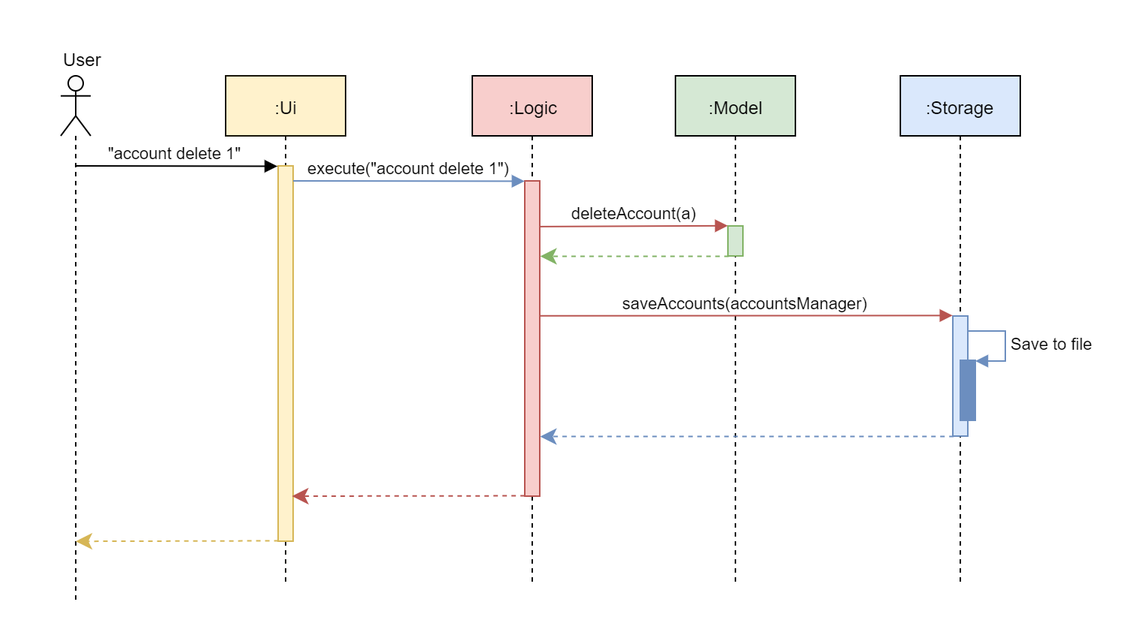
Above: docs/images/ArchitectureSequenceDiagram.png in nus-cs2103-AY1920S1/addressbook-level3 (draw.io), before the change. Source tidied: cells renumbered, new cells last; positions are measured from the earlier drawing's top-left corner, leaving out a move shared by most shapes. The source it was exported from:
```xml
<mxGraphModel>
  <root>
    <mxCell id="0" />
    <mxCell id="1" parent="0" />
    <mxCell id="2" style="rounded=0;whiteSpace=wrap;html=1;strokeColor=none;" parent="1" vertex="1">
      <mxGeometry width="750" height="420" as="geometry" />
    </mxCell>
    <mxCell id="3" style="shape=umlLifeline;participant=umlActor;perimeter=lifelinePerimeter;whiteSpace=wrap;html=1;verticalAlign=top;spacingTop=36;labelBackgroundColor=#ffffff;outlineConnect=0;fillColor=#FAFAFA;" parent="1" vertex="1">
      <mxGeometry x="40" y="50" width="20" height="350" as="geometry" />
    </mxCell>
    <mxCell id="4" value="User" style="text;html=1;align=left;verticalAlign=top;spacingTop=-4;" parent="1" vertex="1">
      <mxGeometry x="40" y="30" width="40" height="20" as="geometry" />
    </mxCell>
    <mxCell id="5" value=":Ui" style="shape=umlLifeline;perimeter=lifelinePerimeter;whiteSpace=wrap;html=1;fillColor=#fff2cc;strokeColor=#171409;" parent="1" vertex="1">
      <mxGeometry x="150" y="50" width="80" height="340" as="geometry" />
    </mxCell>
    <mxCell id="6" style="html=1;points=[];perimeter=orthogonalPerimeter;strokeColor=#d6b656;fillColor=#fff2cc;" parent="5" vertex="1">
      <mxGeometry x="35" y="60" width="10" height="250" as="geometry" />
    </mxCell>
    <mxCell id="7" value=":Logic" style="shape=umlLifeline;perimeter=lifelinePerimeter;whiteSpace=wrap;html=1;fillColor=#f8cecc;strokeColor=#010203;" parent="1" vertex="1">
      <mxGeometry x="314.5" y="50" width="80" height="340" as="geometry" />
    </mxCell>
    <mxCell id="8" style="html=1;points=[];perimeter=orthogonalPerimeter;strokeColor=#b85450;fillColor=#f8cecc;" parent="7" vertex="1">
      <mxGeometry x="35" y="70" width="10" height="210" as="geometry" />
    </mxCell>
    <mxCell id="9" style="html=1;verticalAlign=bottom;endArrow=classic;dashed=1;endSize=8;exitX=0.058;exitY=1.014;exitDx=0;exitDy=0;exitPerimeter=0;entryX=0.923;entryY=0.88;entryDx=0;entryDy=0;entryPerimeter=0;endFill=1;fillColor=#f8cecc;strokeColor=#b85450;" parent="7" edge="1" target="6">
      <mxGeometry relative="1" as="geometry">
        <mxPoint x="35.1" y="279.8" as="sourcePoint" />
      </mxGeometry>
    </mxCell>
    <mxCell id="10" value=":Model" style="shape=umlLifeline;perimeter=lifelinePerimeter;whiteSpace=wrap;html=1;fillColor=#d5e8d4;strokeColor=#010203;" parent="1" vertex="1">
      <mxGeometry x="450" y="50" width="80" height="340" as="geometry" />
    </mxCell>
    <mxCell id="11" style="html=1;points=[];perimeter=orthogonalPerimeter;strokeColor=#82b366;fillColor=#d5e8d4;" parent="10" vertex="1">
      <mxGeometry x="35" y="100" width="10" height="20" as="geometry" />
    </mxCell>
    <mxCell id="12" value=":Storage" style="shape=umlLifeline;perimeter=lifelinePerimeter;whiteSpace=wrap;html=1;fillColor=#dae8fc;strokeColor=#010203;" parent="1" vertex="1">
      <mxGeometry x="600" y="50" width="80" height="340" as="geometry" />
    </mxCell>
    <mxCell id="13" style="html=1;points=[];perimeter=orthogonalPerimeter;strokeColor=#6c8ebf;fillColor=#dae8fc;" parent="12" vertex="1">
      <mxGeometry x="35" y="160" width="10" height="80" as="geometry" />
    </mxCell>
    <mxCell id="14" value="&quot;account delete 1&quot;" style="html=1;verticalAlign=bottom;endArrow=block;entryX=-0.049;entryY=0.001;entryDx=0;entryDy=0;entryPerimeter=0;" parent="1" edge="1" target="6">
      <mxGeometry relative="1" as="geometry">
        <mxPoint x="50" y="110" as="sourcePoint" />
      </mxGeometry>
    </mxCell>
    <mxCell id="15" value="execute(&quot;account delete 1&quot;)" style="html=1;verticalAlign=bottom;endArrow=block;entryX=-0.01;entryY=0.001;entryDx=0;entryDy=0;entryPerimeter=0;fillColor=#dae8fc;strokeColor=#6c8ebf;" parent="1" edge="1" target="8">
      <mxGeometry relative="1" as="geometry">
        <mxPoint x="195" y="120" as="sourcePoint" />
      </mxGeometry>
    </mxCell>
    <mxCell id="16" value="deleteAccount(a)" style="html=1;verticalAlign=bottom;endArrow=block;exitX=0.964;exitY=0.145;exitDx=0;exitDy=0;exitPerimeter=0;entryX=-0.006;entryY=-0.006;entryDx=0;entryDy=0;entryPerimeter=0;fillColor=#f8cecc;strokeColor=#b85450;" parent="1" edge="1" source="8" target="11">
      <mxGeometry relative="1" as="geometry" />
    </mxCell>
    <mxCell id="17" style="html=1;verticalAlign=bottom;endArrow=classic;dashed=1;endSize=8;exitX=0.058;exitY=1.014;exitDx=0;exitDy=0;exitPerimeter=0;entryX=1.031;entryY=0.239;entryDx=0;entryDy=0;entryPerimeter=0;endFill=1;fillColor=#d5e8d4;strokeColor=#82b366;" parent="1" edge="1" source="11" target="8">
      <mxGeometry relative="1" as="geometry" />
    </mxCell>
    <mxCell id="18" value="saveAccounts(accountsManager)" style="html=1;verticalAlign=bottom;endArrow=block;exitX=1.05;exitY=0.428;exitDx=0;exitDy=0;exitPerimeter=0;entryX=-0.018;entryY=-0.004;entryDx=0;entryDy=0;entryPerimeter=0;fillColor=#f8cecc;strokeColor=#b85450;" parent="1" edge="1" source="8" target="13">
      <mxGeometry relative="1" as="geometry" />
    </mxCell>
    <mxCell id="19" style="html=1;verticalAlign=bottom;endArrow=classic;dashed=1;endSize=8;exitX=0.058;exitY=1.014;exitDx=0;exitDy=0;exitPerimeter=0;entryX=1.022;entryY=0.811;entryDx=0;entryDy=0;entryPerimeter=0;endFill=1;fillColor=#dae8fc;strokeColor=#6c8ebf;" parent="1" edge="1" target="8">
      <mxGeometry relative="1" as="geometry">
        <mxPoint x="635.6" y="290.3" as="sourcePoint" />
      </mxGeometry>
    </mxCell>
    <mxCell id="20" style="html=1;verticalAlign=bottom;endArrow=classic;dashed=1;endSize=8;exitX=0.03;exitY=0.999;exitDx=0;exitDy=0;exitPerimeter=0;endFill=1;entryX=0.5;entryY=0.886;entryDx=0;entryDy=0;entryPerimeter=0;fillColor=#fff2cc;strokeColor=#d6b656;" parent="1" edge="1" source="6" target="3">
      <mxGeometry relative="1" as="geometry" />
    </mxCell>
    <mxCell id="21" style="html=1;points=[];perimeter=orthogonalPerimeter;strokeColor=#6c8ebf;fillColor=#6C8EBF;" parent="1" vertex="1">
      <mxGeometry x="640" y="239.5" width="10" height="40" as="geometry" />
    </mxCell>
    <mxCell id="22" value="Save to file" style="edgeStyle=orthogonalEdgeStyle;html=1;align=left;spacingLeft=2;endArrow=block;rounded=0;entryX=1;entryY=0;fillColor=#dae8fc;strokeColor=#6c8ebf;" parent="1" edge="1" target="21">
      <mxGeometry relative="1" as="geometry">
        <mxPoint x="645" y="219.5" as="sourcePoint" />
        <Array as="points">
          <mxPoint x="670" y="219.5" />
        </Array>
      </mxGeometry>
    </mxCell>
  </root>
</mxGraphModel>
```
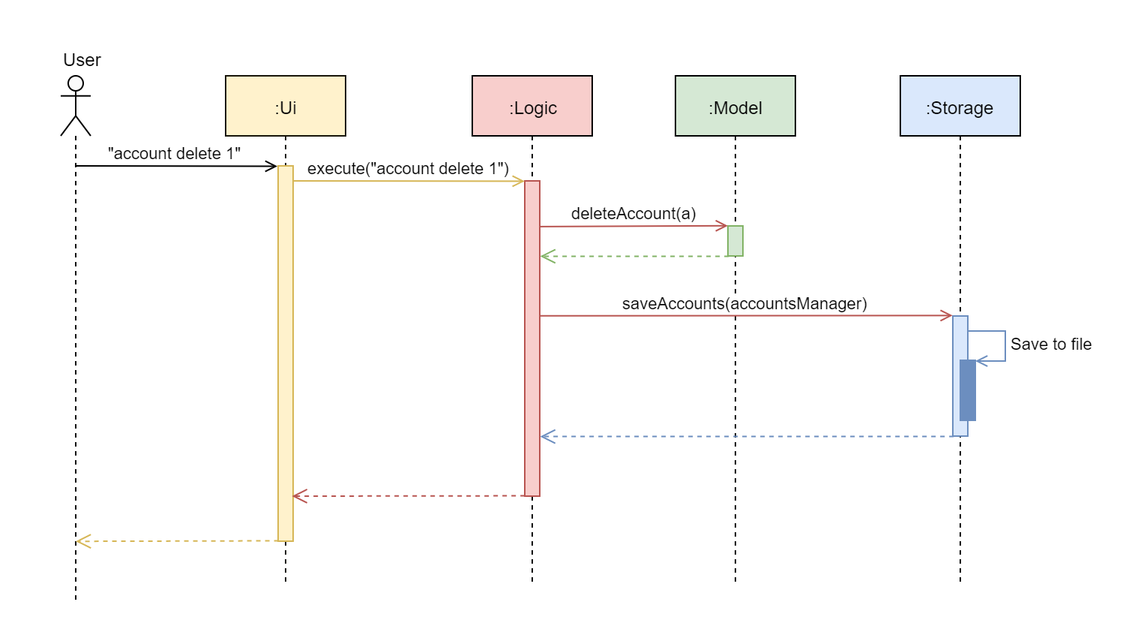
The same file after the commit.

The edit, as a diff of the source:
```diff
@@ -23,7 +23,7 @@
     <mxCell id="8" style="html=1;points=[];perimeter=orthogonalPerimeter;strokeColor=#b85450;fillColor=#f8cecc;" parent="7" vertex="1">
       <mxGeometry x="35" y="70" width="10" height="210" as="geometry" />
     </mxCell>
-    <mxCell id="9" style="html=1;verticalAlign=bottom;endArrow=classic;dashed=1;endSize=8;exitX=0.058;exitY=1.014;exitDx=0;exitDy=0;exitPerimeter=0;entryX=0.923;entryY=0.88;entryDx=0;entryDy=0;entryPerimeter=0;endFill=1;fillColor=#f8cecc;strokeColor=#b85450;" parent="7" edge="1" target="6">
+    <mxCell id="9" style="html=1;verticalAlign=bottom;endArrow=open;dashed=1;endSize=8;exitX=0.058;exitY=1.014;exitDx=0;exitDy=0;exitPerimeter=0;entryX=0.923;entryY=0.88;entryDx=0;entryDy=0;entryPerimeter=0;endFill=0;fillColor=#f8cecc;strokeColor=#b85450;" parent="7" edge="1" target="6">
       <mxGeometry relative="1" as="geometry">
         <mxPoint x="35.1" y="279.8" as="sourcePoint" />
       </mxGeometry>
@@ -40,37 +40,37 @@
     <mxCell id="13" style="html=1;points=[];perimeter=orthogonalPerimeter;strokeColor=#6c8ebf;fillColor=#dae8fc;" parent="12" vertex="1">
       <mxGeometry x="35" y="160" width="10" height="80" as="geometry" />
     </mxCell>
-    <mxCell id="14" value="&quot;account delete 1&quot;" style="html=1;verticalAlign=bottom;endArrow=block;entryX=-0.049;entryY=0.001;entryDx=0;entryDy=0;entryPerimeter=0;" parent="1" edge="1" target="6">
+    <mxCell id="14" value="&quot;account delete 1&quot;" style="html=1;verticalAlign=bottom;endArrow=open;entryX=-0.049;entryY=0.001;entryDx=0;entryDy=0;entryPerimeter=0;endFill=0;" parent="1" edge="1" target="6">
       <mxGeometry relative="1" as="geometry">
         <mxPoint x="50" y="110" as="sourcePoint" />
       </mxGeometry>
     </mxCell>
-    <mxCell id="15" value="execute(&quot;account delete 1&quot;)" style="html=1;verticalAlign=bottom;endArrow=block;entryX=-0.01;entryY=0.001;entryDx=0;entryDy=0;entryPerimeter=0;fillColor=#dae8fc;strokeColor=#6c8ebf;" parent="1" edge="1" target="8">
+    <mxCell id="15" value="execute(&quot;account delete 1&quot;)" style="html=1;verticalAlign=bottom;endArrow=open;entryX=-0.01;entryY=0.001;entryDx=0;entryDy=0;entryPerimeter=0;fillColor=#fff2cc;strokeColor=#d6b656;endFill=0;" parent="1" edge="1" target="8">
       <mxGeometry relative="1" as="geometry">
         <mxPoint x="195" y="120" as="sourcePoint" />
       </mxGeometry>
     </mxCell>
-    <mxCell id="16" value="deleteAccount(a)" style="html=1;verticalAlign=bottom;endArrow=block;exitX=0.964;exitY=0.145;exitDx=0;exitDy=0;exitPerimeter=0;entryX=-0.006;entryY=-0.006;entryDx=0;entryDy=0;entryPerimeter=0;fillColor=#f8cecc;strokeColor=#b85450;" parent="1" edge="1" source="8" target="11">
+    <mxCell id="16" value="deleteAccount(a)" style="html=1;verticalAlign=bottom;endArrow=open;exitX=0.964;exitY=0.145;exitDx=0;exitDy=0;exitPerimeter=0;entryX=-0.006;entryY=-0.006;entryDx=0;entryDy=0;entryPerimeter=0;fillColor=#f8cecc;strokeColor=#b85450;endFill=0;" parent="1" edge="1" source="8" target="11">
       <mxGeometry relative="1" as="geometry" />
     </mxCell>
-    <mxCell id="17" style="html=1;verticalAlign=bottom;endArrow=classic;dashed=1;endSize=8;exitX=0.058;exitY=1.014;exitDx=0;exitDy=0;exitPerimeter=0;entryX=1.031;entryY=0.239;entryDx=0;entryDy=0;entryPerimeter=0;endFill=1;fillColor=#d5e8d4;strokeColor=#82b366;" parent="1" edge="1" source="11" target="8">
+    <mxCell id="17" style="html=1;verticalAlign=bottom;endArrow=open;dashed=1;endSize=8;exitX=0.058;exitY=1.014;exitDx=0;exitDy=0;exitPerimeter=0;entryX=1.031;entryY=0.239;entryDx=0;entryDy=0;entryPerimeter=0;endFill=0;fillColor=#d5e8d4;strokeColor=#82b366;" parent="1" edge="1" source="11" target="8">
       <mxGeometry relative="1" as="geometry" />
     </mxCell>
-    <mxCell id="18" value="saveAccounts(accountsManager)" style="html=1;verticalAlign=bottom;endArrow=block;exitX=1.05;exitY=0.428;exitDx=0;exitDy=0;exitPerimeter=0;entryX=-0.018;entryY=-0.004;entryDx=0;entryDy=0;entryPerimeter=0;fillColor=#f8cecc;strokeColor=#b85450;" parent="1" edge="1" source="8" target="13">
+    <mxCell id="18" value="saveAccounts(accountsManager)" style="html=1;verticalAlign=bottom;endArrow=open;exitX=1.05;exitY=0.428;exitDx=0;exitDy=0;exitPerimeter=0;entryX=-0.018;entryY=-0.004;entryDx=0;entryDy=0;entryPerimeter=0;fillColor=#f8cecc;strokeColor=#b85450;endFill=0;" parent="1" edge="1" source="8" target="13">
       <mxGeometry relative="1" as="geometry" />
     </mxCell>
-    <mxCell id="19" style="html=1;verticalAlign=bottom;endArrow=classic;dashed=1;endSize=8;exitX=0.058;exitY=1.014;exitDx=0;exitDy=0;exitPerimeter=0;entryX=1.022;entryY=0.811;entryDx=0;entryDy=0;entryPerimeter=0;endFill=1;fillColor=#dae8fc;strokeColor=#6c8ebf;" parent="1" edge="1" target="8">
+    <mxCell id="19" style="html=1;verticalAlign=bottom;endArrow=open;dashed=1;endSize=8;exitX=0.058;exitY=1.014;exitDx=0;exitDy=0;exitPerimeter=0;entryX=1.022;entryY=0.811;entryDx=0;entryDy=0;entryPerimeter=0;endFill=0;fillColor=#dae8fc;strokeColor=#6c8ebf;" parent="1" edge="1" target="8">
       <mxGeometry relative="1" as="geometry">
         <mxPoint x="635.6" y="290.3" as="sourcePoint" />
       </mxGeometry>
     </mxCell>
-    <mxCell id="20" style="html=1;verticalAlign=bottom;endArrow=classic;dashed=1;endSize=8;exitX=0.03;exitY=0.999;exitDx=0;exitDy=0;exitPerimeter=0;endFill=1;entryX=0.5;entryY=0.886;entryDx=0;entryDy=0;entryPerimeter=0;fillColor=#fff2cc;strokeColor=#d6b656;" parent="1" edge="1" source="6" target="3">
+    <mxCell id="20" style="html=1;verticalAlign=bottom;endArrow=open;dashed=1;endSize=8;exitX=0.03;exitY=0.999;exitDx=0;exitDy=0;exitPerimeter=0;endFill=0;entryX=0.5;entryY=0.886;entryDx=0;entryDy=0;entryPerimeter=0;fillColor=#fff2cc;strokeColor=#d6b656;" parent="1" edge="1" source="6" target="3">
       <mxGeometry relative="1" as="geometry" />
     </mxCell>
     <mxCell id="21" style="html=1;points=[];perimeter=orthogonalPerimeter;strokeColor=#6c8ebf;fillColor=#6C8EBF;" parent="1" vertex="1">
       <mxGeometry x="640" y="239.5" width="10" height="40" as="geometry" />
     </mxCell>
-    <mxCell id="22" value="Save to file" style="edgeStyle=orthogonalEdgeStyle;html=1;align=left;spacingLeft=2;endArrow=block;rounded=0;entryX=1;entryY=0;fillColor=#dae8fc;strokeColor=#6c8ebf;" parent="1" edge="1" target="21">
+    <mxCell id="22" value="Save to file" style="edgeStyle=orthogonalEdgeStyle;html=1;align=left;spacingLeft=2;endArrow=open;rounded=0;entryX=1;entryY=0;fillColor=#dae8fc;strokeColor=#6c8ebf;endFill=0;" parent="1" edge="1" target="21">
       <mxGeometry relative="1" as="geometry">
         <mxPoint x="645" y="219.5" as="sourcePoint" />
         <Array as="points">
```
